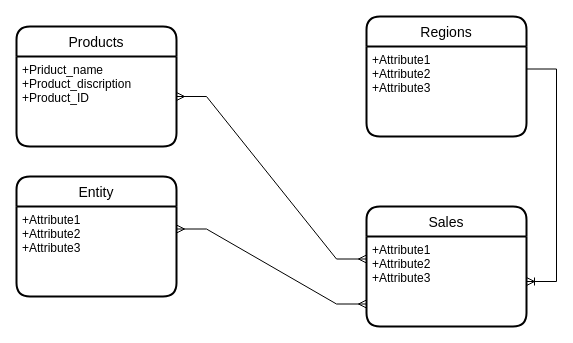
irinapisarchik/Data-analyze keeps this draw.io diagram as page "Logical" (2 of 3) of Models.drawio. Above is the earlier version. Source tidied: cells renumbered, new cells numbered last; positions are measured from the earlier drawing's top-left corner, leaving out a move shared by most shapes. Both pictures are drawn from the tidied source at 100%, with x=0, y=0 at pixel (16, 16).
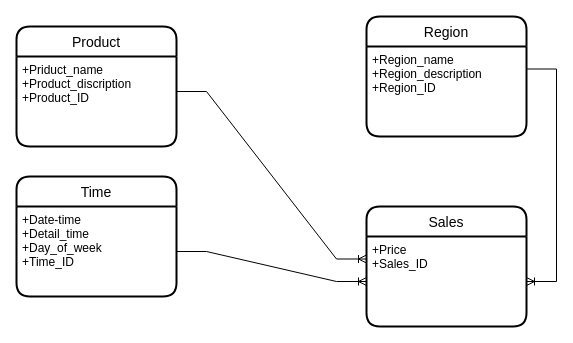
The same diagram, later.

Diff of the diagram source:
```diff
@@
 <mxGraphModel>
   <root>
     <mxCell id="0" />
     <mxCell id="1" parent="0" />
-    <mxCell id="2" style="edgeStyle=entityRelationEdgeStyle;fontSize=12;html=1;endArrow=ERmany;startArrow=ERmany;rounded=0;exitX=1;exitY=0.5;exitDx=0;exitDy=0;entryX=0;entryY=0.25;entryDx=0;entryDy=0;" parent="1" edge="1" target="12">
-      <mxGeometry relative="1" as="geometry">
-        <mxPoint x="160" y="80" as="sourcePoint" />
-      </mxGeometry>
-    </mxCell>
-    <mxCell id="3" style="edgeStyle=entityRelationEdgeStyle;fontSize=12;html=1;endArrow=ERmany;startArrow=ERmany;rounded=0;exitX=1;exitY=0.25;exitDx=0;exitDy=0;entryX=0;entryY=0.75;entryDx=0;entryDy=0;" parent="1" edge="1" source="6" target="12">
-      <mxGeometry relative="1" as="geometry" />
-    </mxCell>
     <mxCell id="4" style="edgeStyle=entityRelationEdgeStyle;fontSize=12;html=1;endArrow=ERoneToMany;rounded=0;exitX=1;exitY=0.25;exitDx=0;exitDy=0;" parent="1" edge="1" source="10" target="12">
       <mxGeometry relative="1" as="geometry" />
     </mxCell>
-    <mxCell id="5" value="Entity" style="swimlane;horizontal=1;startSize=30;rounded=1;fontSize=14;fontStyle=0;strokeWidth=2;shadow=0;dashed=0;align=center;" parent="1" vertex="1">
+    <mxCell id="5" value="Time" style="swimlane;horizontal=1;startSize=30;rounded=1;fontSize=14;fontStyle=0;strokeWidth=2;shadow=0;dashed=0;align=center;" parent="1" vertex="1">
       <mxGeometry y="160" width="160" height="120" as="geometry" />
     </mxCell>
-    <mxCell id="6" value="+Attribute1&#10;+Attribute2&#10;+Attribute3" style="align=left;strokeColor=none;fillColor=none;spacingLeft=4;fontSize=12;verticalAlign=top;" parent="5" vertex="1">
+    <mxCell id="6" value="+Date-time&#10;+Detail_time&#10;+Day_of_week&#10;+Time_ID" style="align=left;strokeColor=none;fillColor=none;spacingLeft=4;fontSize=12;verticalAlign=top;" parent="5" vertex="1">
       <mxGeometry y="30" width="160" height="90" as="geometry" />
     </mxCell>
+    <mxCell id="13" style="align=left;strokeColor=none;fillColor=none;spacingLeft=4;fontSize=12;verticalAlign=top;" parent="5" vertex="1">
+      <mxGeometry y="120" width="160" as="geometry" />
+    </mxCell>
+    <mxCell id="14" style="align=left;strokeColor=none;fillColor=none;spacingLeft=4;fontSize=12;verticalAlign=top;" parent="5" vertex="1">
+      <mxGeometry y="120" width="160" as="geometry" />
+    </mxCell>
-    <mxCell id="7" value="Products" style="swimlane;horizontal=1;startSize=30;rounded=1;fontSize=14;fontStyle=0;strokeWidth=2;shadow=0;dashed=0;align=center;" parent="1" vertex="1">
+    <mxCell id="7" value="Product" style="swimlane;horizontal=1;startSize=30;rounded=1;fontSize=14;fontStyle=0;strokeWidth=2;shadow=0;dashed=0;align=center;" parent="1" vertex="1">
       <mxGeometry y="10" width="160" height="120" as="geometry" />
     </mxCell>
     <mxCell id="8" value="+Priduct_name&#10;+Product_discription&#10;+Product_ID" style="align=left;strokeColor=none;fillColor=none;spacingLeft=4;fontSize=12;verticalAlign=top;" parent="7" vertex="1">
       <mxGeometry y="30" width="160" height="90" as="geometry" />
     </mxCell>
-    <mxCell id="9" value="Regions" style="swimlane;horizontal=1;startSize=30;rounded=1;fontSize=14;fontStyle=0;strokeWidth=2;shadow=0;dashed=0;align=center;" parent="1" vertex="1">
+    <mxCell id="9" value="Region" style="swimlane;horizontal=1;startSize=30;rounded=1;fontSize=14;fontStyle=0;strokeWidth=2;shadow=0;dashed=0;align=center;" parent="1" vertex="1">
       <mxGeometry x="350" width="160" height="120" as="geometry" />
     </mxCell>
-    <mxCell id="10" value="+Attribute1&#10;+Attribute2&#10;+Attribute3" style="align=left;strokeColor=none;fillColor=none;spacingLeft=4;fontSize=12;verticalAlign=top;" parent="9" vertex="1">
+    <mxCell id="10" value="+Region_name&#10;+Region_description&#10;+Region_ID" style="align=left;strokeColor=none;fillColor=none;spacingLeft=4;fontSize=12;verticalAlign=top;" parent="9" vertex="1">
       <mxGeometry y="30" width="160" height="90" as="geometry" />
     </mxCell>
     <mxCell id="11" value="Sales" style="swimlane;horizontal=1;startSize=30;rounded=1;fontSize=14;fontStyle=0;strokeWidth=2;shadow=0;dashed=0;align=center;" parent="1" vertex="1">
       <mxGeometry x="350" y="190" width="160" height="120" as="geometry" />
     </mxCell>
-    <mxCell id="12" value="+Attribute1&#10;+Attribute2&#10;+Attribute3" style="align=left;strokeColor=none;fillColor=none;spacingLeft=4;fontSize=12;verticalAlign=top;" parent="11" vertex="1">
+    <mxCell id="12" value="+Price&#10;+Sales_ID" style="align=left;strokeColor=none;fillColor=none;spacingLeft=4;fontSize=12;verticalAlign=top;" parent="11" vertex="1">
       <mxGeometry y="30" width="160" height="90" as="geometry" />
     </mxCell>
+    <mxCell id="15" style="edgeStyle=entityRelationEdgeStyle;fontSize=12;html=1;endArrow=ERoneToMany;rounded=0;exitX=1;exitY=0.389;exitDx=0;exitDy=0;exitPerimeter=0;entryX=0;entryY=0.25;entryDx=0;entryDy=0;" parent="1" edge="1" source="8" target="12">
+      <mxGeometry relative="1" as="geometry" />
+    </mxCell>
+    <mxCell id="3" style="edgeStyle=entityRelationEdgeStyle;fontSize=12;html=1;endArrow=ERoneToMany;rounded=0;exitX=1;exitY=0.5;exitDx=0;exitDy=0;entryX=0;entryY=0.5;entryDx=0;entryDy=0;" parent="1" edge="1" source="6" target="12">
+      <mxGeometry relative="1" as="geometry" />
+    </mxCell>
   </root>
 </mxGraphModel>
```
